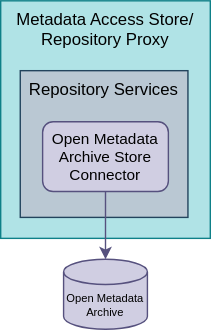
odpi/egeria-docs keeps this draw.io diagram as site/docs/connectors/runtime/open-metadata-archive-store-connector.svg. Above is the earlier version. Source tidied: cells renumbered, new cells last; positions are measured from the earlier drawing's top-left corner, leaving out a move shared by most shapes.
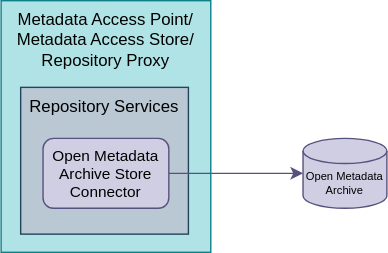
After the commit.

The edit, as a diff of the source:
```diff
@@ -2,20 +2,20 @@
   <root>
     <mxCell id="0" />
     <mxCell id="1" parent="0" />
-    <mxCell id="2" value="Metadata Access Store/&lt;br&gt;Repository Proxy" style="rounded=0;whiteSpace=wrap;html=1;verticalAlign=top;fillColor=#b0e3e6;strokeColor=#0e8088;" parent="1" vertex="1">
-      <mxGeometry width="150" height="170" as="geometry" />
+    <mxCell id="2" value="Metadata Access Point/&lt;br&gt;Metadata Access Store/&lt;br&gt;Repository Proxy" style="rounded=0;whiteSpace=wrap;html=1;verticalAlign=top;fillColor=#b0e3e6;strokeColor=#0e8088;" parent="1" vertex="1">
+      <mxGeometry y="-10" width="150" height="180" as="geometry" />
     </mxCell>
     <mxCell id="3" value="Repository Services" style="rounded=0;whiteSpace=wrap;html=1;verticalAlign=top;fillColor=#bac8d3;strokeColor=#23445d;" parent="1" vertex="1">
-      <mxGeometry x="14" y="50" width="120" height="105" as="geometry" />
+      <mxGeometry x="14" y="52" width="120" height="105" as="geometry" />
     </mxCell>
-    <mxCell id="4" style="edgeStyle=orthogonalEdgeStyle;rounded=0;jettySize=auto;html=1;exitX=0.5;exitY=1;exitDx=0;exitDy=0;entryX=0.5;entryY=0;entryDx=0;entryDy=0;entryPerimeter=0;fontSize=10;startArrow=none;startFill=0;endArrow=classic;endFill=1;fillColor=#d0cee2;strokeColor=#56517e;" parent="1" edge="1" source="5" target="6">
+    <mxCell id="4" style="edgeStyle=orthogonalEdgeStyle;rounded=0;jettySize=auto;html=1;exitX=1;exitY=0.5;exitDx=0;exitDy=0;entryX=0;entryY=0.5;entryDx=0;entryDy=0;entryPerimeter=0;fontSize=10;startArrow=none;startFill=0;endArrow=classic;endFill=1;fillColor=#d0cee2;strokeColor=#56517e;" parent="1" edge="1" source="5" target="6">
       <mxGeometry relative="1" as="geometry" />
     </mxCell>
     <mxCell id="5" value="Open Metadata Archive Store Connector" style="rounded=1;whiteSpace=wrap;html=1;fillColor=#d0cee2;strokeColor=#56517e;fontSize=11;" parent="1" vertex="1">
-      <mxGeometry x="30" y="86.5" width="90" height="50" as="geometry" />
+      <mxGeometry x="30" y="88.5" width="90" height="50" as="geometry" />
     </mxCell>
     <mxCell id="6" value="Open Metadata Archive" style="shape=cylinder3;whiteSpace=wrap;html=1;boundedLbl=1;backgroundOutline=1;size=9;labelBackgroundColor=none;fontSize=8;align=center;fillColor=#d0cee2;strokeColor=#56517e;shadow=0;" parent="1" vertex="1">
-      <mxGeometry x="45" y="185" width="60" height="50" as="geometry" />
+      <mxGeometry x="216" y="88.5" width="60" height="50" as="geometry" />
     </mxCell>
   </root>
 </mxGraphModel>
```
